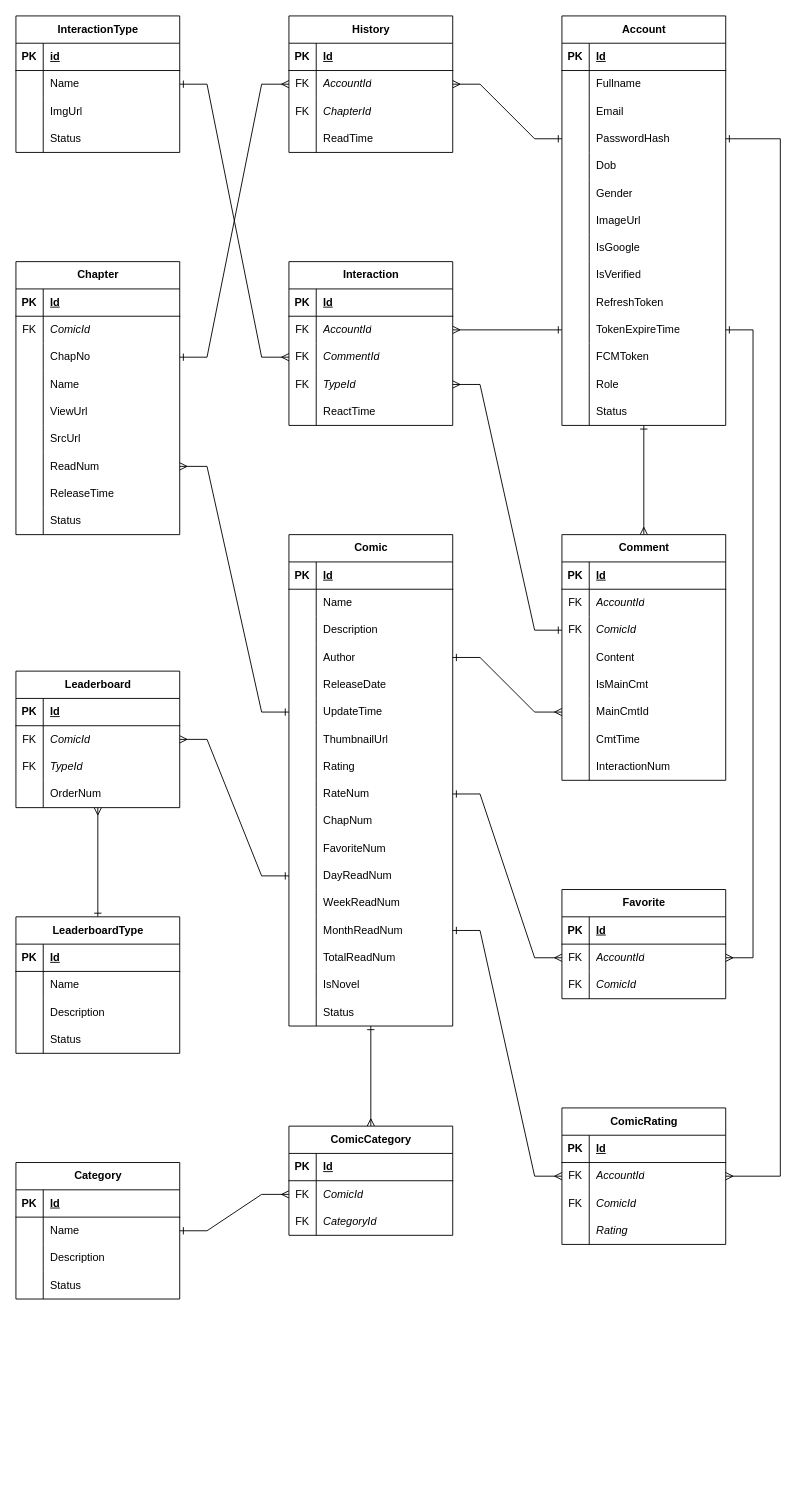
Earlier version of the draw.io diagram page "Logical" (2 of 2) of OnComics.Database/OnComics-ERD-Diagram.drawio (hiepquoc0607/OnComics). Source tidied: cells renumbered, new cells numbered last; positions are measured from the earlier drawing's top-left corner, leaving out a move shared by most shapes. Both pictures are drawn from the tidied source at 91%, with x=0, y=0 at pixel (15, 15).
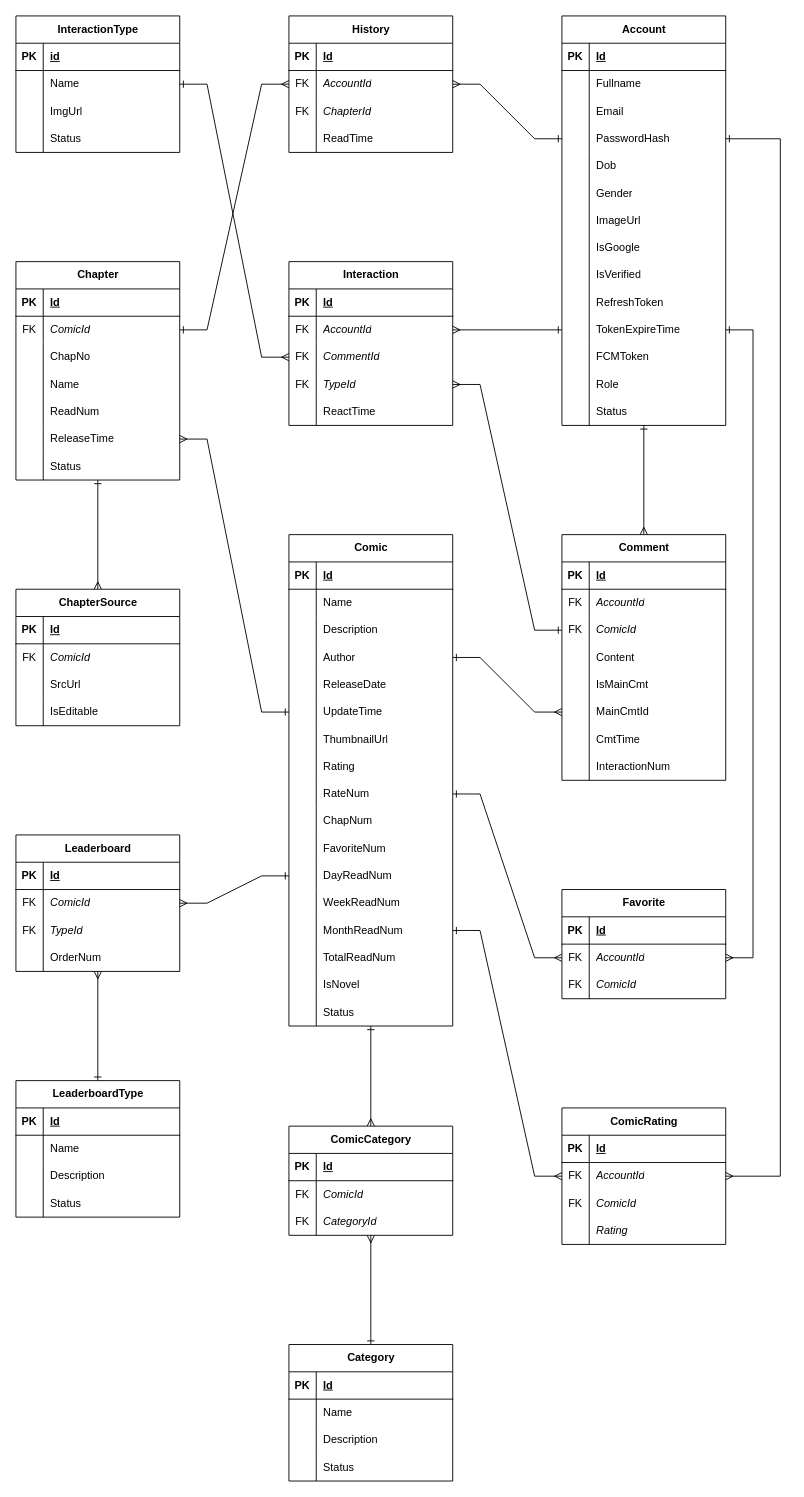
After the change.

Unchanged cells that the change refers to:
```xml
<mxCell id="50" style="shape=tableRow;horizontal=0;startSize=0;swimlaneHead=0;swimlaneBody=0;fillColor=none;points=[[0,0.5],[1,0.5]];portConstraint=eastwest;top=0;left=0;right=0;bottom=0;" parent="46" vertex="1">
  <mxGeometry y="60" width="180" height="30" as="geometry" />
</mxCell>
<mxCell id="117" style="shape=tableRow;horizontal=0;startSize=0;swimlaneHead=0;swimlaneBody=0;fillColor=none;points=[[0,0.5],[1,0.5]];portConstraint=eastwest;top=0;left=0;right=0;bottom=0;" parent="113" vertex="1">
  <mxGeometry y="60" width="180" height="30" as="geometry" />
</mxCell>
<mxCell id="120" style="shape=tableRow;horizontal=0;startSize=0;swimlaneHead=0;swimlaneBody=0;fillColor=none;points=[[0,0.5],[1,0.5]];portConstraint=eastwest;top=0;left=0;right=0;bottom=0;" parent="113" vertex="1">
  <mxGeometry y="90" width="180" height="30" as="geometry" />
</mxCell>
<mxCell id="168" style="shape=tableRow;horizontal=0;startSize=0;swimlaneHead=0;swimlaneBody=0;fillColor=none;points=[[0,0.5],[1,0.5]];portConstraint=eastwest;top=0;left=0;right=0;bottom=0;" parent="152" vertex="1">
  <mxGeometry y="180" width="180" height="30" as="geometry" />
</mxCell>
<mxCell id="186" style="shape=tableRow;horizontal=0;startSize=0;swimlaneHead=0;swimlaneBody=0;fillColor=none;points=[[0,0.5],[1,0.5]];portConstraint=eastwest;top=0;left=0;right=0;bottom=0;" parent="152" vertex="1">
  <mxGeometry y="360" width="180" height="30" as="geometry" />
</mxCell>
<mxCell id="209" style="shape=tableRow;horizontal=0;startSize=0;swimlaneHead=0;swimlaneBody=0;fillColor=none;points=[[0,0.5],[1,0.5]];portConstraint=eastwest;top=0;left=0;right=0;bottom=0;" parent="205" vertex="1">
  <mxGeometry y="60" width="180" height="30" as="geometry" />
</mxCell>
<mxCell id="231" value="ComicCategory" style="shape=table;startSize=30;childLayout=tableLayout;rowLines=0;fontStyle=1;align=center;html=1;" parent="1" vertex="1">
  <mxGeometry x="300" y="1220" width="180" height="120" as="geometry" />
</mxCell>
<mxCell id="235" style="shape=tableRow;horizontal=0;startSize=0;swimlaneHead=0;swimlaneBody=0;fillColor=none;points=[[0,0.5],[1,0.5]];portConstraint=eastwest;top=0;left=0;right=0;bottom=0;" parent="231" vertex="1">
  <mxGeometry y="60" width="180" height="30" as="geometry" />
</mxCell>
<mxCell id="245" style="shape=tableRow;horizontal=0;startSize=0;swimlaneHead=0;swimlaneBody=0;fillColor=none;points=[[0,0.5],[1,0.5]];portConstraint=eastwest;top=0;left=0;right=0;bottom=0;" parent="241" vertex="1">
  <mxGeometry y="60" width="180" height="30" as="geometry" />
</mxCell>
```

Change to the diagram source:
```diff
@@
+    <mxCell id="280" style="rounded=0;jettySize=auto;html=1;entryX=0.5;entryY=0;entryDx=0;entryDy=0;endArrow=ERmany;endFill=0;startArrow=ERone;startFill=0;" parent="1" edge="1" source="113" target="282">
+      <mxGeometry relative="1" as="geometry" />
+    </mxCell>
     <mxCell id="113" value="Chapter" style="shape=table;startSize=30;childLayout=tableLayout;rowLines=0;fontStyle=1;align=center;html=1;" parent="1" vertex="1">
-      <mxGeometry y="270" width="180" height="300" as="geometry" />
+      <mxGeometry y="270" width="180" height="240" as="geometry" />
     </mxCell>
@@
-    <mxCell id="126" style="shape=tableRow;horizontal=0;startSize=0;swimlaneHead=0;swimlaneBody=0;fillColor=none;top=0;left=0;right=0;bottom=0;" parent="113" vertex="1">
-      <mxGeometry y="150" width="180" height="30" as="geometry" />
-    </mxCell>
-    <mxCell id="127" style="shape=partialRectangle;fillColor=none;top=0;left=0;bottom=0;right=0;overflow=hidden;whiteSpace=wrap;html=1;" parent="126" vertex="1">
-      <mxGeometry width="30" height="30" as="geometry" />
-    </mxCell>
-    <mxCell id="128" value="ViewUrl" style="shape=partialRectangle;fillColor=none;top=0;left=0;bottom=0;right=0;align=left;spacingLeft=6;overflow=hidden;whiteSpace=wrap;html=1;" parent="126" vertex="1">
-      <mxGeometry x="30" width="150" height="30" as="geometry" />
-    </mxCell>
-    <mxCell id="129" style="shape=tableRow;horizontal=0;startSize=0;swimlaneHead=0;swimlaneBody=0;fillColor=none;top=0;left=0;right=0;bottom=0;" parent="113" vertex="1">
-      <mxGeometry y="180" width="180" height="30" as="geometry" />
-    </mxCell>
-    <mxCell id="130" style="shape=partialRectangle;fillColor=none;top=0;left=0;bottom=0;right=0;overflow=hidden;whiteSpace=wrap;html=1;" parent="129" vertex="1">
-      <mxGeometry width="30" height="30" as="geometry" />
-    </mxCell>
-    <mxCell id="131" value="SrcUrl" style="shape=partialRectangle;fillColor=none;top=0;left=0;bottom=0;right=0;align=left;spacingLeft=6;overflow=hidden;whiteSpace=wrap;html=1;" parent="129" vertex="1">
-      <mxGeometry x="30" width="150" height="30" as="geometry" />
-    </mxCell>
     <mxCell id="132" style="shape=tableRow;horizontal=0;startSize=0;swimlaneHead=0;swimlaneBody=0;fillColor=none;points=[[0,0.5],[1,0.5]];portConstraint=eastwest;top=0;left=0;right=0;bottom=0;" parent="113" vertex="1">
-      <mxGeometry y="210" width="180" height="30" as="geometry" />
+      <mxGeometry y="150" width="180" height="30" as="geometry" />
     </mxCell>
@@
     <mxCell id="135" style="shape=tableRow;horizontal=0;startSize=0;swimlaneHead=0;swimlaneBody=0;fillColor=none;points=[[0,0.5],[1,0.5]];portConstraint=eastwest;top=0;left=0;right=0;bottom=0;" parent="113" vertex="1">
-      <mxGeometry y="240" width="180" height="30" as="geometry" />
+      <mxGeometry y="180" width="180" height="30" as="geometry" />
     </mxCell>
@@
     <mxCell id="138" style="shape=tableRow;horizontal=0;startSize=0;swimlaneHead=0;swimlaneBody=0;fillColor=none;top=0;left=0;right=0;bottom=0;" parent="113" vertex="1">
-      <mxGeometry y="270" width="180" height="30" as="geometry" />
+      <mxGeometry y="210" width="180" height="30" as="geometry" />
     </mxCell>
@@
     <mxCell id="205" value="Leaderboard" style="shape=table;startSize=30;childLayout=tableLayout;rowLines=0;fontStyle=1;align=center;html=1;" parent="1" vertex="1">
-      <mxGeometry y="720" width="180" height="150" as="geometry" />
+      <mxGeometry y="900" width="180" height="150" as="geometry" />
     </mxCell>
@@
     <mxCell id="218" value="LeaderboardType" style="shape=table;startSize=30;childLayout=tableLayout;rowLines=0;fontStyle=1;align=center;html=1;" parent="1" vertex="1">
-      <mxGeometry y="990" width="180" height="150" as="geometry" />
+      <mxGeometry y="1170" width="180" height="150" as="geometry" />
     </mxCell>
@@
+    <mxCell id="281" style="rounded=0;jettySize=auto;html=1;entryX=0.5;entryY=0;entryDx=0;entryDy=0;startArrow=ERmany;startFill=0;endArrow=ERone;endFill=0;" parent="1" edge="1" source="231" target="241">
+      <mxGeometry relative="1" as="geometry" />
+    </mxCell>
@@
     <mxCell id="241" value="Category" style="shape=table;startSize=30;childLayout=tableLayout;rowLines=0;fontStyle=1;align=center;html=1;" parent="1" vertex="1">
-      <mxGeometry y="1260" width="180" height="150" as="geometry" />
+      <mxGeometry x="300" y="1460" width="180" height="150" as="geometry" />
     </mxCell>
@@
     <mxCell id="254" style="endArrow=ERmany;html=1;rounded=0;startArrow=ERone;startFill=0;endFill=0;exitX=0;exitY=0.5;exitDx=0;exitDy=0;entryX=1;entryY=0.5;entryDx=0;entryDy=0;" parent="1" edge="1" source="186" target="209">
       <mxGeometry relative="1" as="geometry">
         <Array as="points">
           <mxPoint x="270" y="945" />
-          <mxPoint x="210" y="795" />
+          <mxPoint x="210" y="975" />
         </Array>
       </mxGeometry>
     </mxCell>
-    <mxCell id="255" style="endArrow=ERmany;html=1;rounded=0;startArrow=ERone;startFill=0;endFill=0;exitX=1;exitY=0.5;exitDx=0;exitDy=0;entryX=0;entryY=0.5;entryDx=0;entryDy=0;" parent="1" edge="1" source="245" target="235">
-      <mxGeometry relative="1" as="geometry">
-        <Array as="points">
-          <mxPoint x="210" y="1335" />
-          <mxPoint x="270" y="1295" />
-        </Array>
-      </mxGeometry>
-    </mxCell>
-    <mxCell id="256" style="endArrow=ERmany;html=1;rounded=0;startArrow=ERone;startFill=0;endFill=0;exitX=0;exitY=0.5;exitDx=0;exitDy=0;entryX=1;entryY=0.5;entryDx=0;entryDy=0;" parent="1" edge="1" source="168" target="132">
+    <mxCell id="256" style="endArrow=ERmany;html=1;rounded=0;startArrow=ERone;startFill=0;endFill=0;exitX=0;exitY=0.5;exitDx=0;exitDy=0;entryX=1;entryY=0.5;entryDx=0;entryDy=0;" parent="1" edge="1" source="168" target="135">
       <mxGeometry relative="1" as="geometry">
         <Array as="points">
           <mxPoint x="270" y="765" />
-          <mxPoint x="210" y="495" />
+          <mxPoint x="210" y="465" />
         </Array>
       </mxGeometry>
     </mxCell>
-    <mxCell id="257" style="endArrow=ERmany;html=1;rounded=0;startArrow=ERone;startFill=0;endFill=0;exitX=1;exitY=0.5;exitDx=0;exitDy=0;entryX=0;entryY=0.5;entryDx=0;entryDy=0;" parent="1" edge="1" source="120" target="50">
+    <mxCell id="257" style="endArrow=ERmany;html=1;rounded=0;startArrow=ERone;startFill=0;endFill=0;exitX=1;exitY=0.5;exitDx=0;exitDy=0;entryX=0;entryY=0.5;entryDx=0;entryDy=0;" parent="1" edge="1" source="117" target="50">
       <mxGeometry relative="1" as="geometry">
         <Array as="points">
-          <mxPoint x="210" y="375" />
+          <mxPoint x="210" y="345" />
           <mxPoint x="270" y="75" />
         </Array>
       </mxGeometry>
     </mxCell>
@@
+    <mxCell id="282" value="ChapterSource" style="shape=table;startSize=30;childLayout=tableLayout;rowLines=0;fontStyle=1;align=center;html=1;" parent="1" vertex="1">
+      <mxGeometry y="630" width="180" height="150" as="geometry" />
+    </mxCell>
+    <mxCell id="283" style="shape=tableRow;horizontal=0;startSize=0;swimlaneHead=0;swimlaneBody=0;fillColor=none;top=0;left=0;right=0;bottom=1;" parent="282" vertex="1">
+      <mxGeometry y="30" width="180" height="30" as="geometry" />
+    </mxCell>
+    <mxCell id="284" value="PK" style="shape=partialRectangle;fillColor=none;top=0;left=0;bottom=0;right=0;fontStyle=1;overflow=hidden;whiteSpace=wrap;html=1;" parent="283" vertex="1">
+      <mxGeometry width="30" height="30" as="geometry" />
+    </mxCell>
+    <mxCell id="285" value="Id" style="shape=partialRectangle;fillColor=none;top=0;left=0;bottom=0;right=0;align=left;spacingLeft=6;fontStyle=5;overflow=hidden;whiteSpace=wrap;html=1;" parent="283" vertex="1">
+      <mxGeometry x="30" width="150" height="30" as="geometry" />
+    </mxCell>
+    <mxCell id="286" style="shape=tableRow;horizontal=0;startSize=0;swimlaneHead=0;swimlaneBody=0;fillColor=none;top=0;left=0;right=0;bottom=0;" parent="282" vertex="1">
+      <mxGeometry y="60" width="180" height="30" as="geometry" />
+    </mxCell>
+    <mxCell id="287" value="FK" style="shape=partialRectangle;fillColor=none;top=0;left=0;bottom=0;right=0;overflow=hidden;whiteSpace=wrap;html=1;" parent="286" vertex="1">
+      <mxGeometry width="30" height="30" as="geometry" />
+    </mxCell>
+    <mxCell id="288" value="ComicId" style="shape=partialRectangle;fillColor=none;top=0;left=0;bottom=0;right=0;align=left;spacingLeft=6;overflow=hidden;whiteSpace=wrap;html=1;fontStyle=2;" parent="286" vertex="1">
+      <mxGeometry x="30" width="150" height="30" as="geometry" />
+    </mxCell>
+    <mxCell id="289" style="shape=tableRow;horizontal=0;startSize=0;swimlaneHead=0;swimlaneBody=0;fillColor=none;top=0;left=0;right=0;bottom=0;" parent="282" vertex="1">
+      <mxGeometry y="90" width="180" height="30" as="geometry" />
+    </mxCell>
+    <mxCell id="290" style="shape=partialRectangle;fillColor=none;top=0;left=0;bottom=0;right=0;overflow=hidden;whiteSpace=wrap;html=1;" parent="289" vertex="1">
+      <mxGeometry width="30" height="30" as="geometry" />
+    </mxCell>
+    <mxCell id="131" value="&lt;span style=&quot;font-style: normal;&quot;&gt;SrcUrl&lt;/span&gt;" style="shape=partialRectangle;fillColor=none;top=0;left=0;bottom=0;right=0;align=left;spacingLeft=6;overflow=hidden;whiteSpace=wrap;html=1;fontStyle=2;" parent="289" vertex="1">
+      <mxGeometry x="30" width="150" height="30" as="geometry" />
+    </mxCell>
+    <mxCell id="291" style="shape=tableRow;horizontal=0;startSize=0;swimlaneHead=0;swimlaneBody=0;fillColor=none;top=0;left=0;right=0;bottom=0;" parent="282" vertex="1">
+      <mxGeometry y="120" width="180" height="30" as="geometry" />
+    </mxCell>
+    <mxCell id="292" style="shape=partialRectangle;fillColor=none;top=0;left=0;bottom=0;right=0;overflow=hidden;whiteSpace=wrap;html=1;" parent="291" vertex="1">
+      <mxGeometry width="30" height="30" as="geometry" />
+    </mxCell>
+    <mxCell id="293" value="&lt;span style=&quot;font-style: normal;&quot;&gt;IsEditable&lt;/span&gt;" style="shape=partialRectangle;fillColor=none;top=0;left=0;bottom=0;right=0;align=left;spacingLeft=6;overflow=hidden;whiteSpace=wrap;html=1;fontStyle=2;" parent="291" vertex="1">
+      <mxGeometry x="30" width="150" height="30" as="geometry" />
+    </mxCell>
```
